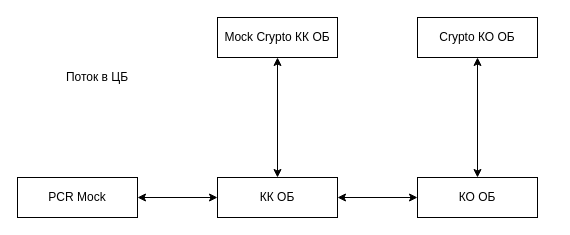
The draw.io diagram SVIP2.drawio in maxiko/ARC-016, before the edit. Source tidied: cells renumbered, new cells numbered last; positions are measured from the earlier drawing's top-left corner, leaving out a move shared by most shapes. Both pictures are drawn from the tidied source at 100%, with x=0, y=0 at pixel (17, 17).
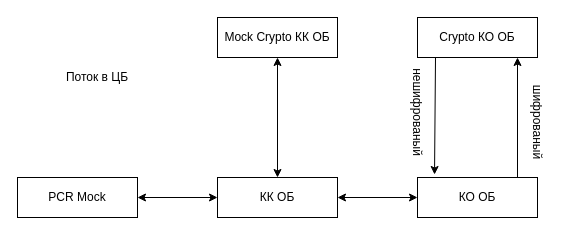
The same page after the edit.

What changed in the source:
```diff
@@
 <mxGraphModel>
   <root>
     <mxCell id="0" />
     <mxCell id="1" parent="0" />
     <mxCell id="2" value="КК&lt;span style=&quot;background-color: transparent; color: light-dark(rgb(0, 0, 0), rgb(255, 255, 255));&quot;&gt;&amp;nbsp;ОБ&lt;/span&gt;" style="rounded=0;whiteSpace=wrap;html=1;" parent="1" vertex="1">
       <mxGeometry x="200" y="160" width="120" height="40" as="geometry" />
     </mxCell>
     <mxCell id="3" value="Mock Crypto КК&lt;span style=&quot;background-color: transparent; color: light-dark(rgb(0, 0, 0), rgb(255, 255, 255));&quot;&gt;&amp;nbsp;ОБ&lt;/span&gt;" style="rounded=0;whiteSpace=wrap;html=1;" parent="1" vertex="1">
       <mxGeometry x="200" width="120" height="40" as="geometry" />
     </mxCell>
     <mxCell id="4" value="PCR Mock" style="rounded=0;whiteSpace=wrap;html=1;" parent="1" vertex="1">
       <mxGeometry y="160" width="120" height="40" as="geometry" />
     </mxCell>
     <mxCell id="5" style="endArrow=classic;startArrow=classic;html=1;rounded=0;entryX=0;entryY=0.5;entryDx=0;entryDy=0;exitX=1;exitY=0.5;exitDx=0;exitDy=0;startFill=1;endFill=1;" parent="1" edge="1" source="4" target="2">
       <mxGeometry relative="1" as="geometry" />
     </mxCell>
     <mxCell id="6" style="endArrow=classic;html=1;rounded=0;entryX=1;entryY=0.5;entryDx=0;entryDy=0;startArrow=classic;startFill=1;endFill=1;" parent="1" edge="1" target="2">
       <mxGeometry relative="1" as="geometry">
         <mxPoint x="400" y="180" as="sourcePoint" />
       </mxGeometry>
     </mxCell>
     <mxCell id="7" style="endArrow=classic;startArrow=classic;html=1;rounded=0;entryX=0.5;entryY=1;entryDx=0;entryDy=0;exitX=0.5;exitY=0;exitDx=0;exitDy=0;" parent="1" edge="1" source="2" target="3">
       <mxGeometry relative="1" as="geometry" />
     </mxCell>
     <mxCell id="8" value="КО&lt;span style=&quot;background-color: transparent; color: light-dark(rgb(0, 0, 0), rgb(255, 255, 255));&quot;&gt;&amp;nbsp;ОБ&lt;/span&gt;" style="rounded=0;whiteSpace=wrap;html=1;" parent="1" vertex="1">
       <mxGeometry x="400" y="160" width="120" height="40" as="geometry" />
     </mxCell>
     <mxCell id="9" value="Crypto КО&lt;span style=&quot;background-color: transparent; color: light-dark(rgb(0, 0, 0), rgb(255, 255, 255));&quot;&gt;&amp;nbsp;ОБ&lt;/span&gt;" style="rounded=0;whiteSpace=wrap;html=1;" parent="1" vertex="1">
       <mxGeometry x="400" width="120" height="40" as="geometry" />
     </mxCell>
-    <mxCell id="10" style="endArrow=classic;startArrow=classic;html=1;rounded=0;entryX=0.5;entryY=1;entryDx=0;entryDy=0;exitX=0.5;exitY=0;exitDx=0;exitDy=0;" parent="1" edge="1" source="8" target="9">
-      <mxGeometry relative="1" as="geometry" />
+    <mxCell id="10" style="endArrow=classic;startArrow=none;html=1;rounded=0;entryX=0.5;entryY=1;entryDx=0;entryDy=0;exitX=0.5;exitY=0;exitDx=0;exitDy=0;startFill=0;endFill=1;" parent="1" edge="1">
+      <mxGeometry relative="1" as="geometry">
+        <mxPoint x="500" y="160" as="sourcePoint" />
+        <mxPoint x="500" y="40" as="targetPoint" />
+      </mxGeometry>
     </mxCell>
     <mxCell id="11" value="Поток в ЦБ" style="text;html=1;align=center;verticalAlign=middle;whiteSpace=wrap;rounded=0;" parent="1" vertex="1">
       <mxGeometry y="40" width="160" height="40" as="geometry" />
     </mxCell>
+    <mxCell id="12" value="шифрованый" style="text;html=1;align=center;verticalAlign=middle;whiteSpace=wrap;rounded=0;rotation=90;" parent="1" vertex="1">
+      <mxGeometry x="470" y="90" width="100" height="30" as="geometry" />
+    </mxCell>
+    <mxCell id="13" style="endArrow=classic;html=1;rounded=0;entryX=0.142;entryY=-0.075;entryDx=0;entryDy=0;entryPerimeter=0;exitX=0.15;exitY=1;exitDx=0;exitDy=0;exitPerimeter=0;" parent="1" edge="1" source="9" target="8">
+      <mxGeometry relative="1" as="geometry" />
+    </mxCell>
+    <mxCell id="14" value="нешифрованый" style="text;html=1;align=center;verticalAlign=middle;whiteSpace=wrap;rounded=0;rotation=90;" parent="1" vertex="1">
+      <mxGeometry x="350" y="80" width="100" height="30" as="geometry" />
+    </mxCell>
   </root>
 </mxGraphModel>
```
